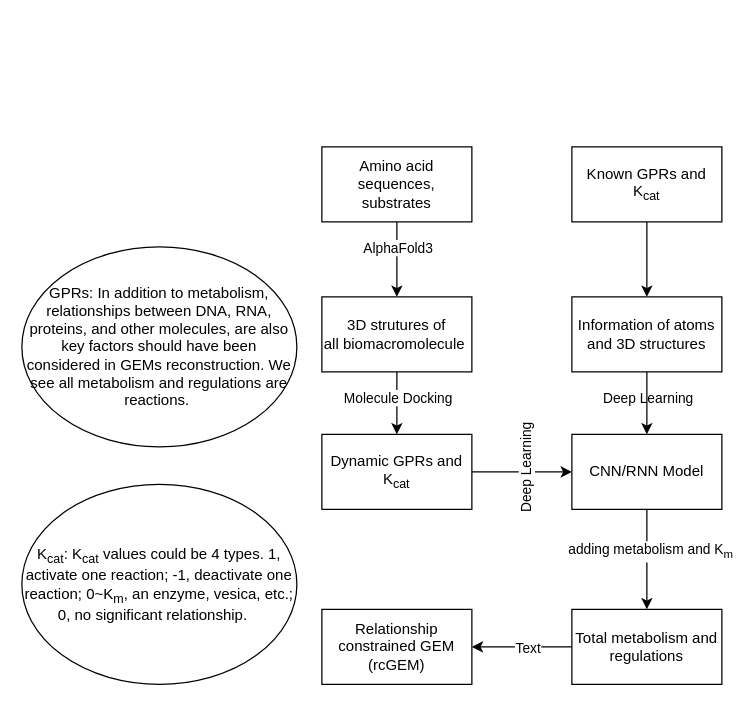
Before: rcGEM_TR.drawio in lyh-5676/flowchart, a draw.io diagram. Source tidied: cells renumbered, new cells numbered last; positions are measured from the earlier drawing's top-left corner, leaving out a move shared by most shapes. Both pictures are drawn from the tidied source at 125%, with x=0, y=0 at pixel (21, 146).
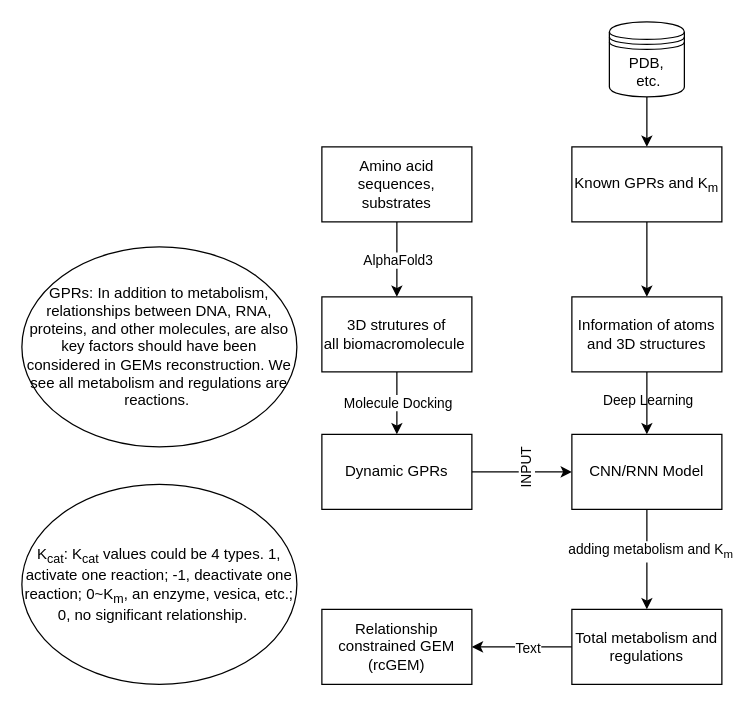
The same page after the edit.

The change refers to these unchanged cells:
```xml
<mxCell id="2" style="edgeStyle=orthogonalEdgeStyle;rounded=0;jettySize=auto;html=1;" parent="1" edge="1" source="4" target="7">
  <mxGeometry relative="1" as="geometry" />
</mxCell>
<mxCell id="5" style="edgeStyle=orthogonalEdgeStyle;rounded=0;jettySize=auto;html=1;entryX=0.5;entryY=0;entryDx=0;entryDy=0;" parent="1" edge="1" source="7" target="10">
  <mxGeometry relative="1" as="geometry" />
</mxCell>
<mxCell id="8" style="edgeStyle=orthogonalEdgeStyle;jettySize=auto;html=1;entryX=0;entryY=0.5;entryDx=0;entryDy=0;" parent="1" edge="1" source="10" target="18">
  <mxGeometry relative="1" as="geometry">
    <Array as="points">
      <mxPoint x="400" y="260" />
      <mxPoint x="400" y="260" />
    </Array>
  </mxGeometry>
</mxCell>
<mxCell id="11" style="edgeStyle=orthogonalEdgeStyle;jettySize=auto;html=1;" parent="1" edge="1" source="13" target="15">
  <mxGeometry relative="1" as="geometry" />
</mxCell>
```

Change to the diagram source:
```diff
@@
     <mxCell id="3" value="AlphaFold3" style="edgeLabel;html=1;align=center;verticalAlign=middle;rounded=0;" parent="2" vertex="1">
       <mxGeometry x="-0.13" relative="1" as="geometry">
-        <mxPoint y="-6" as="offset" />
+        <mxPoint y="4" as="offset" />
       </mxGeometry>
     </mxCell>
@@
     <mxCell id="6" value="Molecule Docking" style="edgeLabel;html=1;align=center;verticalAlign=middle;rounded=0;" parent="5" vertex="1">
       <mxGeometry x="-0.11" y="-2" relative="1" as="geometry">
-        <mxPoint x="2" y="-2" as="offset" />
+        <mxPoint x="2" y="2" as="offset" />
       </mxGeometry>
     </mxCell>
@@
-    <mxCell id="9" value="Deep Learning" style="edgeLabel;html=1;align=center;verticalAlign=middle;rotation=-90;" parent="8" vertex="1">
+    <mxCell id="9" value="INPUT" style="edgeLabel;html=1;align=center;verticalAlign=middle;rotation=-90;" parent="8" vertex="1">
       <mxGeometry x="0.07" y="2" relative="1" as="geometry" />
     </mxCell>
-    <mxCell id="10" value="Dynamic GPRs and K&lt;sub&gt;cat&lt;/sub&gt;" style="rounded=0;whiteSpace=wrap;html=1;" parent="1" vertex="1">
+    <mxCell id="10" value="Dynamic GPRs" style="rounded=0;whiteSpace=wrap;html=1;" parent="1" vertex="1">
       <mxGeometry x="240" y="230" width="120" height="60" as="geometry" />
     </mxCell>
@@
     <mxCell id="12" value="Deep Learning" style="edgeLabel;html=1;align=center;verticalAlign=middle;" parent="11" vertex="1">
       <mxGeometry x="-0.54" y="-1" relative="1" as="geometry">
-        <mxPoint x="1" y="126" as="offset" />
+        <mxPoint x="1" y="128" as="offset" />
       </mxGeometry>
     </mxCell>
-    <mxCell id="13" value="Known GPRs and K&lt;sub&gt;cat&lt;/sub&gt;" style="rounded=0;whiteSpace=wrap;html=1;" parent="1" vertex="1">
+    <mxCell id="13" value="Known GPRs and K&lt;sub&gt;m&lt;/sub&gt;" style="rounded=0;whiteSpace=wrap;html=1;" parent="1" vertex="1">
       <mxGeometry x="440" width="120" height="60" as="geometry" />
     </mxCell>
@@
+    <mxCell id="25" style="edgeStyle=orthogonalEdgeStyle;rounded=0;jettySize=auto;html=1;" parent="1" edge="1" source="26" target="13">
+      <mxGeometry relative="1" as="geometry" />
+    </mxCell>
+    <mxCell id="26" value="PDB,&lt;div&gt;&amp;nbsp;etc.&lt;/div&gt;" style="shape=datastore;whiteSpace=wrap;html=1;" parent="1" vertex="1">
+      <mxGeometry x="470" y="-100" width="60" height="60" as="geometry" />
+    </mxCell>
```
